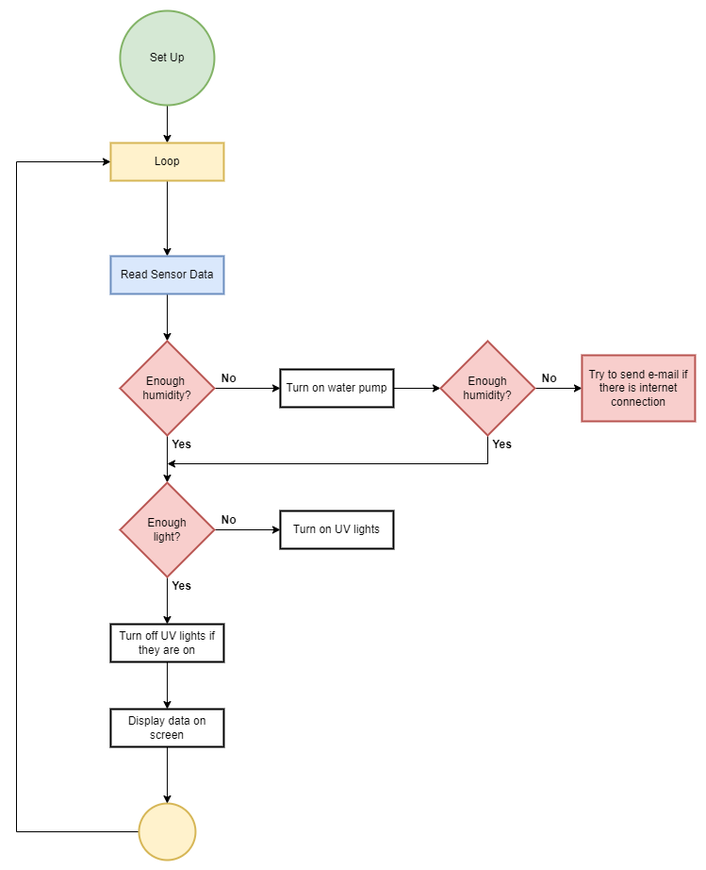
This is docs/software_diagram_v2.drawio.png from andreeabrezuica/Botani-Talk, a draw.io export, as it was before one commit. Source tidied: cells renumbered, new cells last; positions are measured from the earlier drawing's top-left corner, leaving out a move shared by most shapes.
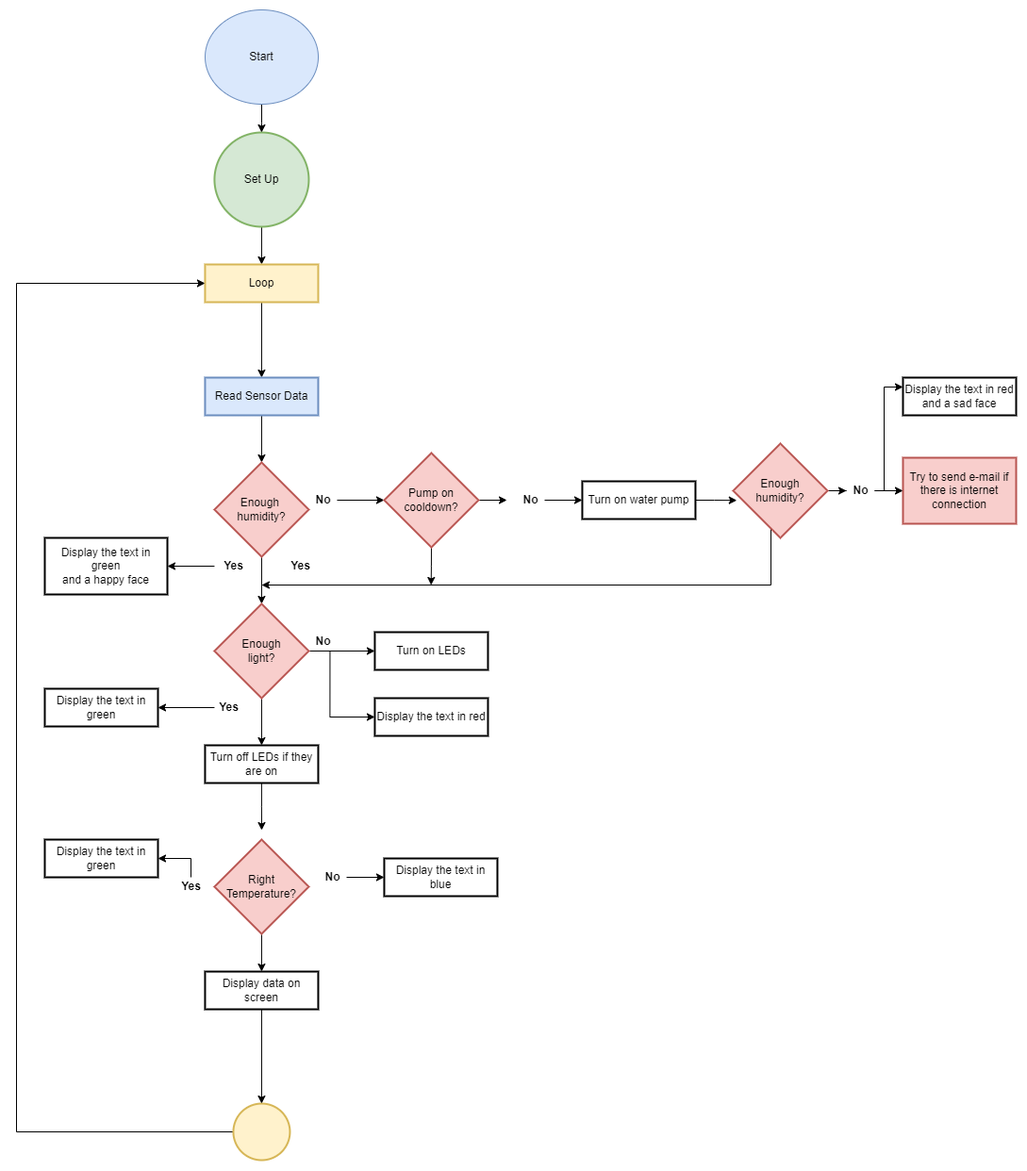
The same file after the commit.

Commit message:
updated software diagram

The edit, as a diff of the source:
```diff
@@ -20,24 +20,24 @@
     <mxCell id="7" value="Read Sensor Data" style="whiteSpace=wrap;html=1;strokeWidth=2;shadow=0;fillColor=#dae8fc;strokeColor=#6c8ebf;rounded=0;" parent="1" vertex="1">
       <mxGeometry x="99.9" y="260" width="120" height="40" as="geometry" />
     </mxCell>
-    <mxCell id="8" style="edgeStyle=orthogonalEdgeStyle;rounded=0;jettySize=auto;html=1;entryX=0;entryY=0.5;entryDx=0;entryDy=0;" parent="1" edge="1" source="10" target="13">
-      <mxGeometry relative="1" as="geometry" />
-    </mxCell>
     <mxCell id="9" style="edgeStyle=orthogonalEdgeStyle;rounded=0;jettySize=auto;html=1;fontFamily=Helvetica;fontSize=12;fontColor=default;entryX=0.5;entryY=0;entryDx=0;entryDy=0;entryPerimeter=0;" parent="1" edge="1" source="10" target="17">
       <mxGeometry relative="1" as="geometry" />
     </mxCell>
     <mxCell id="10" value="Enough&amp;nbsp; humidity?" style="strokeWidth=2;html=1;shape=mxgraph.flowchart.decision;whiteSpace=wrap;fillColor=#f8cecc;strokeColor=#b85450;rounded=0;" parent="1" vertex="1">
       <mxGeometry x="109.9" y="350" width="100" height="100" as="geometry" />
     </mxCell>
+    <mxCell id="33" style="edgeStyle=orthogonalEdgeStyle;rounded=0;jettySize=auto;html=1;fontFamily=Helvetica;fontSize=12;fontColor=default;" parent="1" edge="1" source="11" target="47">
+      <mxGeometry relative="1" as="geometry" />
+    </mxCell>
     <mxCell id="11" value="Yes" style="text;strokeColor=none;fillColor=none;html=1;fontSize=12;fontStyle=1;verticalAlign=middle;align=center;fontFamily=Helvetica;fontColor=default;rounded=0;" parent="1" vertex="1">
-      <mxGeometry x="159.9" y="450" width="30" height="20" as="geometry" />
+      <mxGeometry x="109.9" y="450" width="40" height="20" as="geometry" />
     </mxCell>
-    <mxCell id="12" style="edgeStyle=orthogonalEdgeStyle;rounded=0;jettySize=auto;html=1;fontFamily=Helvetica;fontSize=12;fontColor=default;" parent="1" edge="1" source="13" target="26">
-      <mxGeometry relative="1" as="geometry" />
-    </mxCell>
     <mxCell id="13" value="Turn on water pump" style="whiteSpace=wrap;html=1;strokeWidth=2;rounded=0;" parent="1" vertex="1">
-      <mxGeometry x="279.9" y="380" width="120" height="40" as="geometry" />
+      <mxGeometry x="499.9" y="370" width="120" height="40" as="geometry" />
     </mxCell>
+    <mxCell id="34" style="edgeStyle=orthogonalEdgeStyle;rounded=0;jettySize=auto;html=1;entryX=0;entryY=0.5;entryDx=0;entryDy=0;fontFamily=Helvetica;fontSize=12;fontColor=default;" parent="1" edge="1" source="14" target="40">
+      <mxGeometry relative="1" as="geometry" />
+    </mxCell>
     <mxCell id="14" value="No" style="text;strokeColor=none;fillColor=none;html=1;fontSize=12;fontStyle=1;verticalAlign=middle;align=center;fontFamily=Helvetica;fontColor=default;rounded=0;" parent="1" vertex="1">
       <mxGeometry x="209.9" y="380" width="30" height="20" as="geometry" />
     </mxCell>
@@ -50,64 +50,149 @@
     <mxCell id="17" value="Enough &lt;br&gt;light?" style="strokeWidth=2;html=1;shape=mxgraph.flowchart.decision;whiteSpace=wrap;fillColor=#f8cecc;strokeColor=#b85450;rounded=0;" parent="1" vertex="1">
       <mxGeometry x="109.9" y="500" width="100" height="100" as="geometry" />
     </mxCell>
+    <mxCell id="35" style="edgeStyle=orthogonalEdgeStyle;rounded=0;jettySize=auto;html=1;fontFamily=Helvetica;fontSize=12;fontColor=default;" parent="1" edge="1" source="18" target="50">
+      <mxGeometry relative="1" as="geometry" />
+    </mxCell>
     <mxCell id="18" value="Yes" style="text;strokeColor=none;fillColor=none;html=1;fontSize=12;fontStyle=1;verticalAlign=middle;align=center;fontFamily=Helvetica;fontColor=default;rounded=0;" parent="1" vertex="1">
-      <mxGeometry x="159.9" y="600" width="30" height="20" as="geometry" />
+      <mxGeometry x="109.9" y="600" width="30" height="20" as="geometry" />
     </mxCell>
-    <mxCell id="19" value="Turn on UV lights" style="whiteSpace=wrap;html=1;strokeWidth=2;rounded=0;" parent="1" vertex="1">
+    <mxCell id="19" value="Turn on LEDs" style="whiteSpace=wrap;html=1;strokeWidth=2;rounded=0;" parent="1" vertex="1">
       <mxGeometry x="279.9" y="530" width="120" height="40" as="geometry" />
     </mxCell>
+    <mxCell id="36" style="edgeStyle=orthogonalEdgeStyle;rounded=0;jettySize=auto;html=1;exitX=0.75;exitY=1;exitDx=0;exitDy=0;entryX=0;entryY=0.5;entryDx=0;entryDy=0;fontFamily=Helvetica;fontSize=12;fontColor=default;" parent="1" edge="1" source="20" target="49">
+      <mxGeometry relative="1" as="geometry" />
+    </mxCell>
     <mxCell id="20" value="No" style="text;strokeColor=none;fillColor=none;html=1;fontSize=12;fontStyle=1;verticalAlign=middle;align=center;fontFamily=Helvetica;fontColor=default;rounded=0;" parent="1" vertex="1">
       <mxGeometry x="209.9" y="530" width="30" height="20" as="geometry" />
     </mxCell>
     <mxCell id="21" style="edgeStyle=orthogonalEdgeStyle;rounded=0;jettySize=auto;html=1;entryX=0;entryY=0.5;entryDx=0;entryDy=0;fontFamily=Helvetica;fontSize=12;fontColor=default;exitX=0;exitY=0.5;exitDx=0;exitDy=0;" parent="1" edge="1" source="30" target="5">
       <mxGeometry relative="1" as="geometry">
         <Array as="points">
-          <mxPoint x="130" y="870" />
-          <mxPoint y="870" />
-          <mxPoint y="160" />
+          <mxPoint x="-100" y="1060" />
+          <mxPoint x="-100" y="160" />
         </Array>
       </mxGeometry>
     </mxCell>
-    <mxCell id="22" style="edgeStyle=orthogonalEdgeStyle;rounded=0;jettySize=auto;html=1;fontFamily=Helvetica;fontSize=12;fontColor=default;entryX=0.5;entryY=0;entryDx=0;entryDy=0;" parent="1" edge="1" source="23" target="32">
-      <mxGeometry relative="1" as="geometry" />
+    <mxCell id="22" style="edgeStyle=orthogonalEdgeStyle;rounded=0;jettySize=auto;html=1;fontFamily=Helvetica;fontSize=12;fontColor=default;" parent="1" edge="1" source="23">
+      <mxGeometry relative="1" as="geometry">
+        <mxPoint x="160" y="740" as="targetPoint" />
+      </mxGeometry>
     </mxCell>
-    <mxCell id="23" value="Turn off UV lights if they are on" style="whiteSpace=wrap;html=1;strokeWidth=2;rounded=0;" parent="1" vertex="1">
+    <mxCell id="23" value="Turn off LEDs if they are on" style="whiteSpace=wrap;html=1;strokeWidth=2;rounded=0;" parent="1" vertex="1">
       <mxGeometry x="99.9" y="650" width="120" height="40" as="geometry" />
     </mxCell>
-    <mxCell id="24" style="edgeStyle=orthogonalEdgeStyle;rounded=0;jettySize=auto;html=1;fontFamily=Helvetica;fontSize=12;fontColor=default;" parent="1" edge="1" source="26">
-      <mxGeometry relative="1" as="geometry">
-        <mxPoint x="599.9" y="400" as="targetPoint" />
-      </mxGeometry>
-    </mxCell>
     <mxCell id="25" style="edgeStyle=orthogonalEdgeStyle;rounded=0;jettySize=auto;html=1;fontFamily=Helvetica;fontSize=12;fontColor=default;" parent="1" edge="1" source="26">
       <mxGeometry relative="1" as="geometry">
         <mxPoint x="159.9" y="480" as="targetPoint" />
         <Array as="points">
-          <mxPoint x="499.9" y="480" />
-          <mxPoint x="159.9" y="480" />
+          <mxPoint x="700" y="480" />
         </Array>
       </mxGeometry>
     </mxCell>
+    <mxCell id="37" style="edgeStyle=orthogonalEdgeStyle;rounded=0;jettySize=auto;html=1;exitX=1;exitY=0.5;exitDx=0;exitDy=0;fontFamily=Helvetica;fontSize=12;fontColor=default;" parent="1" edge="1" source="26" target="46">
+      <mxGeometry relative="1" as="geometry" />
+    </mxCell>
     <mxCell id="26" value="Enough &lt;br&gt;humidity?" style="rhombus;whiteSpace=wrap;html=1;strokeWidth=2;fillColor=#f8cecc;strokeColor=#b85450;rounded=0;" parent="1" vertex="1">
-      <mxGeometry x="449.9" y="350" width="100" height="100" as="geometry" />
+      <mxGeometry x="660" y="330" width="100" height="100" as="geometry" />
     </mxCell>
-    <mxCell id="27" value="No" style="text;strokeColor=none;fillColor=none;html=1;fontSize=12;fontStyle=1;verticalAlign=middle;align=center;fontFamily=Helvetica;fontColor=default;rounded=0;" parent="1" vertex="1">
-      <mxGeometry x="549.9" y="380" width="30" height="20" as="geometry" />
-    </mxCell>
-    <mxCell id="28" value="Yes" style="text;strokeColor=none;fillColor=none;html=1;fontSize=12;fontStyle=1;verticalAlign=middle;align=center;fontFamily=Helvetica;fontColor=default;rounded=0;" parent="1" vertex="1">
-      <mxGeometry x="499.9" y="450" width="30" height="20" as="geometry" />
-    </mxCell>
     <mxCell id="29" value="Try to send e-mail if there is internet connection" style="whiteSpace=wrap;html=1;strokeWidth=2;fillColor=#f8cecc;strokeColor=#b85450;rounded=0;" parent="1" vertex="1">
-      <mxGeometry x="599.9" y="365" width="120" height="70" as="geometry" />
+      <mxGeometry x="840" y="345" width="120" height="70" as="geometry" />
     </mxCell>
     <mxCell id="30" style="ellipse;whiteSpace=wrap;html=1;strokeWidth=2;fillColor=#fff2cc;strokeColor=#d6b656;rounded=0;" parent="1" vertex="1">
-      <mxGeometry x="129.9" y="840" width="60" height="60" as="geometry" />
+      <mxGeometry x="129.9" y="1030" width="60" height="60" as="geometry" />
     </mxCell>
     <mxCell id="31" style="edgeStyle=orthogonalEdgeStyle;rounded=0;jettySize=auto;html=1;" parent="1" edge="1" source="32" target="30">
       <mxGeometry relative="1" as="geometry" />
     </mxCell>
     <mxCell id="32" value="Display data on screen" style="whiteSpace=wrap;html=1;strokeWidth=2;rounded=0;" parent="1" vertex="1">
-      <mxGeometry x="99.9" y="740" width="120" height="40" as="geometry" />
+      <mxGeometry x="99.9" y="890" width="120" height="40" as="geometry" />
     </mxCell>
+    <mxCell id="38" style="edgeStyle=orthogonalEdgeStyle;rounded=0;jettySize=auto;html=1;exitX=1;exitY=0.5;exitDx=0;exitDy=0;entryX=0;entryY=0.5;entryDx=0;entryDy=0;fontFamily=Helvetica;fontSize=12;fontColor=default;" parent="1" edge="1" source="40">
+      <mxGeometry relative="1" as="geometry">
+        <mxPoint x="420" y="390" as="targetPoint" />
+      </mxGeometry>
+    </mxCell>
+    <mxCell id="39" style="edgeStyle=orthogonalEdgeStyle;rounded=0;jettySize=auto;html=1;exitX=0.5;exitY=1;exitDx=0;exitDy=0;fontFamily=Helvetica;fontSize=12;fontColor=default;" parent="1" edge="1" source="40">
+      <mxGeometry relative="1" as="geometry">
+        <mxPoint x="339.7" y="480" as="targetPoint" />
+      </mxGeometry>
+    </mxCell>
+    <mxCell id="40" value="Pump on cooldown?" style="rhombus;whiteSpace=wrap;html=1;fillColor=#f8cecc;strokeColor=#b85450;strokeWidth=2;rounded=0;" parent="1" vertex="1">
+      <mxGeometry x="289.9" y="340" width="100" height="100" as="geometry" />
+    </mxCell>
+    <mxCell id="41" style="edgeStyle=orthogonalEdgeStyle;rounded=0;jettySize=auto;html=1;exitX=1;exitY=0.5;exitDx=0;exitDy=0;entryX=0;entryY=0.5;entryDx=0;entryDy=0;fontFamily=Helvetica;fontSize=12;fontColor=default;" parent="1" edge="1" source="42" target="13">
+      <mxGeometry relative="1" as="geometry" />
+    </mxCell>
+    <mxCell id="42" value="No" style="text;strokeColor=none;fillColor=none;html=1;fontSize=12;fontStyle=1;verticalAlign=middle;align=center;fontFamily=Helvetica;fontColor=default;rounded=0;" parent="1" vertex="1">
+      <mxGeometry x="430" y="380" width="30" height="20" as="geometry" />
+    </mxCell>
+    <mxCell id="43" value="Yes" style="text;strokeColor=none;fillColor=none;html=1;fontSize=12;fontStyle=1;verticalAlign=middle;align=center;fontFamily=Helvetica;fontColor=default;rounded=0;" parent="1" vertex="1">
+      <mxGeometry x="182.5" y="450" width="37.4" height="20" as="geometry" />
+    </mxCell>
+    <mxCell id="12" style="edgeStyle=orthogonalEdgeStyle;rounded=0;jettySize=auto;html=1;exitX=1;exitY=0.5;exitDx=0;exitDy=0;entryX=0.038;entryY=0.602;entryDx=0;entryDy=0;entryPerimeter=0;fontFamily=Helvetica;fontSize=12;fontColor=default;" parent="1" edge="1" source="13" target="26">
+      <mxGeometry relative="1" as="geometry" />
+    </mxCell>
+    <mxCell id="44" style="edgeStyle=orthogonalEdgeStyle;rounded=0;jettySize=auto;html=1;exitX=1;exitY=0.5;exitDx=0;exitDy=0;entryX=0;entryY=0.5;entryDx=0;entryDy=0;fontFamily=Helvetica;fontSize=12;fontColor=default;" parent="1" edge="1" source="46" target="29">
+      <mxGeometry relative="1" as="geometry" />
+    </mxCell>
+    <mxCell id="45" style="edgeStyle=orthogonalEdgeStyle;rounded=0;jettySize=auto;html=1;fontFamily=Helvetica;fontSize=12;fontColor=default;entryX=0;entryY=0.25;entryDx=0;entryDy=0;" parent="1" edge="1" source="46" target="48">
+      <mxGeometry relative="1" as="geometry">
+        <Array as="points">
+          <mxPoint x="820" y="380" />
+          <mxPoint x="820" y="270" />
+        </Array>
+      </mxGeometry>
+    </mxCell>
+    <mxCell id="46" value="No" style="text;strokeColor=none;fillColor=none;html=1;fontSize=12;fontStyle=1;verticalAlign=middle;align=center;fontFamily=Helvetica;fontColor=default;rounded=0;" parent="1" vertex="1">
+      <mxGeometry x="780" y="370" width="30" height="20" as="geometry" />
+    </mxCell>
+    <mxCell id="47" value="Display the text in green&lt;br&gt;and a happy face" style="whiteSpace=wrap;html=1;strokeWidth=2;rounded=0;" parent="1" vertex="1">
+      <mxGeometry x="-70" y="430" width="130" height="60" as="geometry" />
+    </mxCell>
+    <mxCell id="48" value="Display the text in red and a sad face" style="whiteSpace=wrap;html=1;strokeWidth=2;rounded=0;" parent="1" vertex="1">
+      <mxGeometry x="840" y="260" width="120" height="40" as="geometry" />
+    </mxCell>
+    <mxCell id="49" value="Display the text in red" style="whiteSpace=wrap;html=1;strokeWidth=2;rounded=0;" parent="1" vertex="1">
+      <mxGeometry x="279.9" y="600" width="120" height="40" as="geometry" />
+    </mxCell>
+    <mxCell id="50" value="Display the text in green" style="whiteSpace=wrap;html=1;strokeWidth=2;rounded=0;" parent="1" vertex="1">
+      <mxGeometry x="-70" y="590" width="120" height="40" as="geometry" />
+    </mxCell>
+    <mxCell id="51" style="edgeStyle=orthogonalEdgeStyle;rounded=0;jettySize=auto;html=1;exitX=0.5;exitY=1;exitDx=0;exitDy=0;exitPerimeter=0;fontFamily=Helvetica;fontSize=12;fontColor=default;" parent="1" edge="1" source="52" target="32">
+      <mxGeometry relative="1" as="geometry" />
+    </mxCell>
+    <mxCell id="52" value="Right Temperature?" style="strokeWidth=2;html=1;shape=mxgraph.flowchart.decision;whiteSpace=wrap;fillColor=#f8cecc;strokeColor=#b85450;rounded=0;" parent="1" vertex="1">
+      <mxGeometry x="109.9" y="750" width="100" height="100" as="geometry" />
+    </mxCell>
+    <mxCell id="53" style="edgeStyle=orthogonalEdgeStyle;rounded=0;jettySize=auto;html=1;entryX=0;entryY=0.5;entryDx=0;entryDy=0;fontFamily=Helvetica;fontSize=12;fontColor=default;" parent="1" edge="1" target="54">
+      <mxGeometry relative="1" as="geometry">
+        <mxPoint x="250" y="790" as="sourcePoint" />
+      </mxGeometry>
+    </mxCell>
+    <mxCell id="54" value="Display the text in blue" style="whiteSpace=wrap;html=1;strokeWidth=2;rounded=0;" parent="1" vertex="1">
+      <mxGeometry x="289.9" y="770" width="120" height="40" as="geometry" />
+    </mxCell>
+    <mxCell id="55" value="No" style="text;strokeColor=none;fillColor=none;html=1;fontSize=12;fontStyle=1;verticalAlign=middle;align=center;fontFamily=Helvetica;fontColor=default;rounded=0;" parent="1" vertex="1">
+      <mxGeometry x="219.9" y="780" width="30" height="20" as="geometry" />
+    </mxCell>
+    <mxCell id="56" style="edgeStyle=orthogonalEdgeStyle;rounded=0;jettySize=auto;html=1;fontFamily=Helvetica;fontSize=12;fontColor=default;" parent="1" edge="1" source="57" target="58">
+      <mxGeometry relative="1" as="geometry">
+        <Array as="points">
+          <mxPoint x="85" y="770" />
+        </Array>
+      </mxGeometry>
+    </mxCell>
+    <mxCell id="57" value="Yes" style="text;strokeColor=none;fillColor=none;html=1;fontSize=12;fontStyle=1;verticalAlign=middle;align=center;fontFamily=Helvetica;fontColor=default;rounded=0;" parent="1" vertex="1">
+      <mxGeometry x="70" y="790" width="29.9" height="20" as="geometry" />
+    </mxCell>
+    <mxCell id="58" value="Display the text in green" style="whiteSpace=wrap;html=1;strokeWidth=2;rounded=0;" parent="1" vertex="1">
+      <mxGeometry x="-70" y="750" width="120" height="40" as="geometry" />
+    </mxCell>
+    <mxCell id="59" style="edgeStyle=orthogonalEdgeStyle;rounded=0;jettySize=auto;html=1;" parent="1" edge="1" source="60" target="3">
+      <mxGeometry relative="1" as="geometry" />
+    </mxCell>
+    <mxCell id="60" value="Start" style="ellipse;whiteSpace=wrap;html=1;fillColor=#dae8fc;strokeColor=#6c8ebf;" parent="1" vertex="1">
+      <mxGeometry x="100" y="-130" width="120" height="100" as="geometry" />
+    </mxCell>
   </root>
 </mxGraphModel>
```
